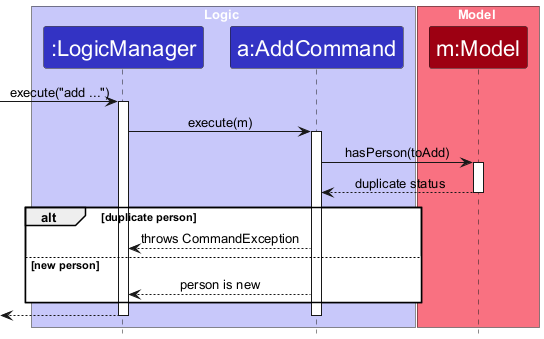
AY2627S1-CS2103T-W08-3/tp keeps this PlantUML diagram as docs/images/AddCommandDuplicateSequenceDiagram.png. Above is the earlier version.
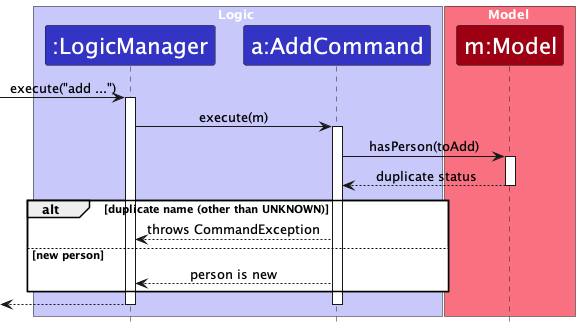
The same file after the commit.

Commit message:
DG: Document optional remark and UNKNOWN name in add

The Add command section says a new person always has an empty remark,
but AddCommandParser now accepts an optional r/REMARK. It also says
any person with the same identity is a duplicate, while AddCommand
lets several persons share the placeholder name UNKNOWN.

Describe the optional remark and the UNKNOWN exception, and update
the duplicate-check guard in the sequence diagram to match.

What changed in the source:
```diff
@@ -28,7 +28,7 @@
 Model --> AddCommand : duplicate status
 deactivate Model
 
-alt duplicate person
+alt duplicate name (other than UNKNOWN)
     AddCommand --> LogicManager : throws CommandException
 else new person
     AddCommand --> LogicManager : person is new
```
